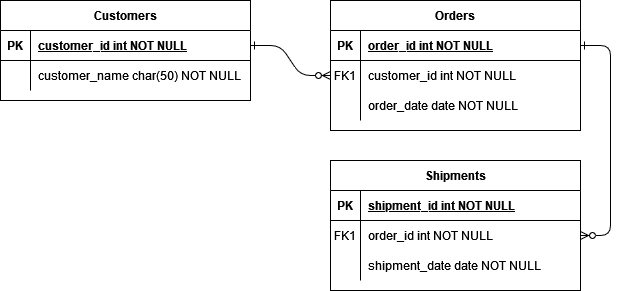
This is ERD.drawio.png from KCodin/draw.io, a draw.io export, as it was before one commit. Source tidied: cells renumbered, new cells last; positions are measured from the earlier drawing's top-left corner, leaving out a move shared by most shapes. Its diagram source:
```xml
<mxGraphModel>
  <root>
    <mxCell id="0" />
    <mxCell id="1" parent="0" />
    <mxCell id="2" style="edgeStyle=entityRelationEdgeStyle;endArrow=ERzeroToMany;startArrow=ERone;endFill=1;startFill=0;" parent="1" edge="1" source="25" target="8">
      <mxGeometry relative="1" as="geometry" />
    </mxCell>
    <mxCell id="3" style="edgeStyle=entityRelationEdgeStyle;endArrow=ERzeroToMany;startArrow=ERone;endFill=1;startFill=0;" parent="1" edge="1" source="5" target="18">
      <mxGeometry relative="1" as="geometry" />
    </mxCell>
    <mxCell id="4" value="Orders" style="shape=table;startSize=30;rowLines=0;fontStyle=1;align=center;" parent="1" vertex="1">
      <mxGeometry x="330" width="250" height="130" as="geometry" />
    </mxCell>
    <mxCell id="5" style="shape=partialRectangle;fillColor=none;points=[[0,0.5],[1,0.5]];portConstraint=eastwest;top=0;left=0;right=0;bottom=1;" parent="4" vertex="1">
      <mxGeometry y="30" width="250" height="30" as="geometry" />
    </mxCell>
    <mxCell id="6" value="PK" style="shape=partialRectangle;overflow=hidden;fillColor=none;top=0;left=0;bottom=0;right=0;fontStyle=1;" parent="5" vertex="1">
      <mxGeometry width="30" height="30" as="geometry" />
    </mxCell>
    <mxCell id="7" value="order_id int NOT NULL " style="shape=partialRectangle;overflow=hidden;fillColor=none;top=0;left=0;bottom=0;right=0;align=left;spacingLeft=6;fontStyle=5;" parent="5" vertex="1">
      <mxGeometry x="30" width="220" height="30" as="geometry" />
    </mxCell>
    <mxCell id="8" style="shape=partialRectangle;fillColor=none;points=[[0,0.5],[1,0.5]];portConstraint=eastwest;top=0;left=0;right=0;bottom=0;" parent="4" vertex="1">
      <mxGeometry y="60" width="250" height="30" as="geometry" />
    </mxCell>
    <mxCell id="9" value="FK1" style="shape=partialRectangle;overflow=hidden;fillColor=none;top=0;left=0;bottom=0;right=0;" parent="8" vertex="1">
      <mxGeometry width="30" height="30" as="geometry" />
    </mxCell>
    <mxCell id="10" value="customer_id int NOT NULL" style="shape=partialRectangle;overflow=hidden;fillColor=none;top=0;left=0;bottom=0;right=0;align=left;spacingLeft=6;" parent="8" vertex="1">
      <mxGeometry x="30" width="220" height="30" as="geometry" />
    </mxCell>
    <mxCell id="11" style="shape=partialRectangle;fillColor=none;top=0;left=0;right=0;bottom=0;" parent="4" vertex="1">
      <mxGeometry y="90" width="250" height="30" as="geometry" />
    </mxCell>
    <mxCell id="12" style="shape=partialRectangle;overflow=hidden;fillColor=none;top=0;left=0;bottom=0;right=0;" parent="11" vertex="1">
      <mxGeometry width="30" height="30" as="geometry" />
    </mxCell>
    <mxCell id="13" value="order_date date NOT NULL" style="shape=partialRectangle;overflow=hidden;fillColor=none;top=0;left=0;bottom=0;right=0;align=left;spacingLeft=6;" parent="11" vertex="1">
      <mxGeometry x="30" width="220" height="30" as="geometry" />
    </mxCell>
    <mxCell id="14" value="Shipments" style="shape=table;startSize=30;rowLines=0;fontStyle=1;align=center;" parent="1" vertex="1">
      <mxGeometry x="330" y="160" width="250" height="130" as="geometry" />
    </mxCell>
    <mxCell id="15" style="shape=partialRectangle;fillColor=none;top=0;left=0;right=0;bottom=1;" parent="14" vertex="1">
      <mxGeometry y="30" width="250" height="30" as="geometry" />
    </mxCell>
    <mxCell id="16" value="PK" style="shape=partialRectangle;overflow=hidden;fillColor=none;top=0;left=0;bottom=0;right=0;fontStyle=1;" parent="15" vertex="1">
      <mxGeometry width="30" height="30" as="geometry" />
    </mxCell>
    <mxCell id="17" value="shipment_id int NOT NULL " style="shape=partialRectangle;overflow=hidden;fillColor=none;top=0;left=0;bottom=0;right=0;align=left;spacingLeft=6;fontStyle=5;" parent="15" vertex="1">
      <mxGeometry x="30" width="220" height="30" as="geometry" />
    </mxCell>
    <mxCell id="18" style="shape=partialRectangle;fillColor=none;points=[[0,0.5],[1,0.5]];portConstraint=eastwest;top=0;left=0;right=0;bottom=0;" parent="14" vertex="1">
      <mxGeometry y="60" width="250" height="30" as="geometry" />
    </mxCell>
    <mxCell id="19" value="FK1" style="shape=partialRectangle;overflow=hidden;fillColor=none;top=0;left=0;bottom=0;right=0;" parent="18" vertex="1">
      <mxGeometry width="30" height="30" as="geometry" />
    </mxCell>
    <mxCell id="20" value="order_id int NOT NULL" style="shape=partialRectangle;overflow=hidden;fillColor=none;top=0;left=0;bottom=0;right=0;align=left;spacingLeft=6;" parent="18" vertex="1">
      <mxGeometry x="30" width="220" height="30" as="geometry" />
    </mxCell>
    <mxCell id="21" style="shape=partialRectangle;fillColor=none;points=[[0,0.5],[1,0.5]];portConstraint=eastwest;top=0;left=0;right=0;bottom=0;" parent="14" vertex="1">
      <mxGeometry y="90" width="250" height="30" as="geometry" />
    </mxCell>
    <mxCell id="22" style="shape=partialRectangle;overflow=hidden;fillColor=none;top=0;left=0;bottom=0;right=0;" parent="21" vertex="1">
      <mxGeometry width="30" height="30" as="geometry" />
    </mxCell>
    <mxCell id="23" value="shipment_date date NOT NULL" style="shape=partialRectangle;overflow=hidden;fillColor=none;top=0;left=0;bottom=0;right=0;align=left;spacingLeft=6;" parent="21" vertex="1">
      <mxGeometry x="30" width="220" height="30" as="geometry" />
    </mxCell>
    <mxCell id="24" value="Customers" style="shape=table;startSize=30;rowLines=0;fontStyle=1;align=center;" parent="1" vertex="1">
      <mxGeometry width="250" height="100" as="geometry" />
    </mxCell>
    <mxCell id="25" style="shape=partialRectangle;fillColor=none;points=[[0,0.5],[1,0.5]];portConstraint=eastwest;top=0;left=0;right=0;bottom=1;" parent="24" vertex="1">
      <mxGeometry y="30" width="250" height="30" as="geometry" />
    </mxCell>
    <mxCell id="26" value="PK" style="shape=partialRectangle;overflow=hidden;fillColor=none;top=0;left=0;bottom=0;right=0;fontStyle=1;" parent="25" vertex="1">
      <mxGeometry width="30" height="30" as="geometry" />
    </mxCell>
    <mxCell id="27" value="customer_id int NOT NULL " style="shape=partialRectangle;overflow=hidden;fillColor=none;top=0;left=0;bottom=0;right=0;align=left;spacingLeft=6;fontStyle=5;" parent="25" vertex="1">
      <mxGeometry x="30" width="220" height="30" as="geometry" />
    </mxCell>
    <mxCell id="28" style="shape=partialRectangle;fillColor=none;top=0;left=0;right=0;bottom=0;" parent="24" vertex="1">
      <mxGeometry y="60" width="250" height="30" as="geometry" />
    </mxCell>
    <mxCell id="29" style="shape=partialRectangle;overflow=hidden;fillColor=none;top=0;left=0;bottom=0;right=0;" parent="28" vertex="1">
      <mxGeometry width="30" height="30" as="geometry" />
    </mxCell>
    <mxCell id="30" value="customer_name char(50) NOT NULL" style="shape=partialRectangle;overflow=hidden;fillColor=none;top=0;left=0;bottom=0;right=0;align=left;spacingLeft=6;" parent="28" vertex="1">
      <mxGeometry x="30" width="220" height="30" as="geometry" />
    </mxCell>
  </root>
</mxGraphModel>
```
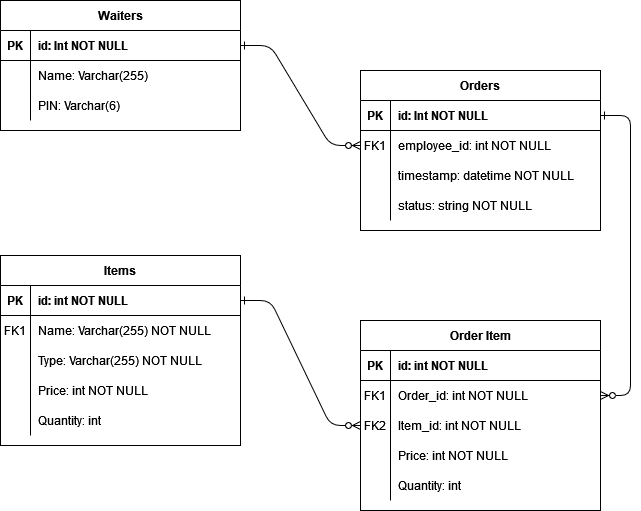
Later version of the same file.

Diff of the diagram source:
```diff
@@ -9,85 +9,172 @@
       <mxGeometry relative="1" as="geometry" />
     </mxCell>
     <mxCell id="4" value="Orders" style="shape=table;startSize=30;rowLines=0;fontStyle=1;align=center;" parent="1" vertex="1">
-      <mxGeometry x="330" width="250" height="130" as="geometry" />
+      <mxGeometry x="331" y="11" width="240" height="160" as="geometry" />
     </mxCell>
     <mxCell id="5" style="shape=partialRectangle;fillColor=none;points=[[0,0.5],[1,0.5]];portConstraint=eastwest;top=0;left=0;right=0;bottom=1;" parent="4" vertex="1">
-      <mxGeometry y="30" width="250" height="30" as="geometry" />
+      <mxGeometry y="30" width="240" height="30" as="geometry" />
     </mxCell>
     <mxCell id="6" value="PK" style="shape=partialRectangle;overflow=hidden;fillColor=none;top=0;left=0;bottom=0;right=0;fontStyle=1;" parent="5" vertex="1">
       <mxGeometry width="30" height="30" as="geometry" />
     </mxCell>
-    <mxCell id="7" value="order_id int NOT NULL " style="shape=partialRectangle;overflow=hidden;fillColor=none;top=0;left=0;bottom=0;right=0;align=left;spacingLeft=6;fontStyle=5;" parent="5" vertex="1">
-      <mxGeometry x="30" width="220" height="30" as="geometry" />
+    <mxCell id="7" value="id: Int NOT NULL" style="shape=partialRectangle;overflow=hidden;fillColor=none;top=0;left=0;bottom=0;right=0;align=left;spacingLeft=6;fontStyle=1;" parent="5" vertex="1">
+      <mxGeometry x="30" width="210" height="30" as="geometry" />
     </mxCell>
     <mxCell id="8" style="shape=partialRectangle;fillColor=none;points=[[0,0.5],[1,0.5]];portConstraint=eastwest;top=0;left=0;right=0;bottom=0;" parent="4" vertex="1">
-      <mxGeometry y="60" width="250" height="30" as="geometry" />
+      <mxGeometry y="60" width="240" height="30" as="geometry" />
     </mxCell>
     <mxCell id="9" value="FK1" style="shape=partialRectangle;overflow=hidden;fillColor=none;top=0;left=0;bottom=0;right=0;" parent="8" vertex="1">
       <mxGeometry width="30" height="30" as="geometry" />
     </mxCell>
-    <mxCell id="10" value="customer_id int NOT NULL" style="shape=partialRectangle;overflow=hidden;fillColor=none;top=0;left=0;bottom=0;right=0;align=left;spacingLeft=6;" parent="8" vertex="1">
-      <mxGeometry x="30" width="220" height="30" as="geometry" />
+    <mxCell id="10" value="employee_id: int NOT NULL" style="shape=partialRectangle;overflow=hidden;fillColor=none;top=0;left=0;bottom=0;right=0;align=left;spacingLeft=6;" parent="8" vertex="1">
+      <mxGeometry x="30" width="210" height="30" as="geometry" />
     </mxCell>
     <mxCell id="11" style="shape=partialRectangle;fillColor=none;top=0;left=0;right=0;bottom=0;" parent="4" vertex="1">
-      <mxGeometry y="90" width="250" height="30" as="geometry" />
+      <mxGeometry y="90" width="240" height="30" as="geometry" />
     </mxCell>
     <mxCell id="12" style="shape=partialRectangle;overflow=hidden;fillColor=none;top=0;left=0;bottom=0;right=0;" parent="11" vertex="1">
       <mxGeometry width="30" height="30" as="geometry" />
     </mxCell>
-    <mxCell id="13" value="order_date date NOT NULL" style="shape=partialRectangle;overflow=hidden;fillColor=none;top=0;left=0;bottom=0;right=0;align=left;spacingLeft=6;" parent="11" vertex="1">
-      <mxGeometry x="30" width="220" height="30" as="geometry" />
+    <mxCell id="13" value="timestamp: datetime NOT NULL" style="shape=partialRectangle;overflow=hidden;fillColor=none;top=0;left=0;bottom=0;right=0;align=left;spacingLeft=6;" parent="11" vertex="1">
+      <mxGeometry x="30" width="210" height="30" as="geometry" />
     </mxCell>
+    <mxCell id="31" style="shape=partialRectangle;fillColor=none;top=0;left=0;right=0;bottom=0;" parent="4" vertex="1">
+      <mxGeometry y="120" width="240" height="30" as="geometry" />
+    </mxCell>
+    <mxCell id="32" style="shape=partialRectangle;overflow=hidden;fillColor=none;top=0;left=0;bottom=0;right=0;" parent="31" vertex="1">
+      <mxGeometry width="30" height="30" as="geometry" />
+    </mxCell>
+    <mxCell id="33" value="status: string NOT NULL" style="shape=partialRectangle;overflow=hidden;fillColor=none;top=0;left=0;bottom=0;right=0;align=left;spacingLeft=6;" parent="31" vertex="1">
+      <mxGeometry x="30" width="210" height="30" as="geometry" />
+    </mxCell>
-    <mxCell id="14" value="Shipments" style="shape=table;startSize=30;rowLines=0;fontStyle=1;align=center;" parent="1" vertex="1">
-      <mxGeometry x="330" y="160" width="250" height="130" as="geometry" />
+    <mxCell id="14" value="Order Item" style="shape=table;startSize=30;rowLines=0;fontStyle=1;align=center;" parent="1" vertex="1">
+      <mxGeometry x="331" y="261" width="240" height="190" as="geometry" />
     </mxCell>
     <mxCell id="15" style="shape=partialRectangle;fillColor=none;top=0;left=0;right=0;bottom=1;" parent="14" vertex="1">
-      <mxGeometry y="30" width="250" height="30" as="geometry" />
+      <mxGeometry y="30" width="240" height="30" as="geometry" />
     </mxCell>
     <mxCell id="16" value="PK" style="shape=partialRectangle;overflow=hidden;fillColor=none;top=0;left=0;bottom=0;right=0;fontStyle=1;" parent="15" vertex="1">
       <mxGeometry width="30" height="30" as="geometry" />
     </mxCell>
-    <mxCell id="17" value="shipment_id int NOT NULL " style="shape=partialRectangle;overflow=hidden;fillColor=none;top=0;left=0;bottom=0;right=0;align=left;spacingLeft=6;fontStyle=5;" parent="15" vertex="1">
-      <mxGeometry x="30" width="220" height="30" as="geometry" />
+    <mxCell id="17" value="id: int NOT NULL " style="shape=partialRectangle;overflow=hidden;fillColor=none;top=0;left=0;bottom=0;right=0;align=left;spacingLeft=6;fontStyle=1;" parent="15" vertex="1">
+      <mxGeometry x="30" width="210" height="30" as="geometry" />
     </mxCell>
     <mxCell id="18" style="shape=partialRectangle;fillColor=none;points=[[0,0.5],[1,0.5]];portConstraint=eastwest;top=0;left=0;right=0;bottom=0;" parent="14" vertex="1">
-      <mxGeometry y="60" width="250" height="30" as="geometry" />
+      <mxGeometry y="60" width="240" height="30" as="geometry" />
     </mxCell>
     <mxCell id="19" value="FK1" style="shape=partialRectangle;overflow=hidden;fillColor=none;top=0;left=0;bottom=0;right=0;" parent="18" vertex="1">
       <mxGeometry width="30" height="30" as="geometry" />
     </mxCell>
-    <mxCell id="20" value="order_id int NOT NULL" style="shape=partialRectangle;overflow=hidden;fillColor=none;top=0;left=0;bottom=0;right=0;align=left;spacingLeft=6;" parent="18" vertex="1">
-      <mxGeometry x="30" width="220" height="30" as="geometry" />
+    <mxCell id="20" value="Order_id: int NOT NULL" style="shape=partialRectangle;overflow=hidden;fillColor=none;top=0;left=0;bottom=0;right=0;align=left;spacingLeft=6;" parent="18" vertex="1">
+      <mxGeometry x="30" width="210" height="30" as="geometry" />
     </mxCell>
     <mxCell id="21" style="shape=partialRectangle;fillColor=none;points=[[0,0.5],[1,0.5]];portConstraint=eastwest;top=0;left=0;right=0;bottom=0;" parent="14" vertex="1">
-      <mxGeometry y="90" width="250" height="30" as="geometry" />
+      <mxGeometry y="90" width="240" height="30" as="geometry" />
     </mxCell>
-    <mxCell id="22" style="shape=partialRectangle;overflow=hidden;fillColor=none;top=0;left=0;bottom=0;right=0;" parent="21" vertex="1">
+    <mxCell id="22" value="FK2" style="shape=partialRectangle;overflow=hidden;fillColor=none;top=0;left=0;bottom=0;right=0;" parent="21" vertex="1">
       <mxGeometry width="30" height="30" as="geometry" />
     </mxCell>
-    <mxCell id="23" value="shipment_date date NOT NULL" style="shape=partialRectangle;overflow=hidden;fillColor=none;top=0;left=0;bottom=0;right=0;align=left;spacingLeft=6;" parent="21" vertex="1">
-      <mxGeometry x="30" width="220" height="30" as="geometry" />
+    <mxCell id="23" value="Item_id: int NOT NULL" style="shape=partialRectangle;overflow=hidden;fillColor=none;top=0;left=0;bottom=0;right=0;align=left;spacingLeft=6;" parent="21" vertex="1">
+      <mxGeometry x="30" width="210" height="30" as="geometry" />
     </mxCell>
+    <mxCell id="34" style="shape=partialRectangle;fillColor=none;top=0;left=0;right=0;bottom=0;" parent="14" vertex="1">
+      <mxGeometry y="120" width="240" height="30" as="geometry" />
+    </mxCell>
+    <mxCell id="35" style="shape=partialRectangle;overflow=hidden;fillColor=none;top=0;left=0;bottom=0;right=0;" parent="34" vertex="1">
+      <mxGeometry width="30" height="30" as="geometry" />
+    </mxCell>
+    <mxCell id="36" value="Price: int NOT NULL" style="shape=partialRectangle;overflow=hidden;fillColor=none;top=0;left=0;bottom=0;right=0;align=left;spacingLeft=6;" parent="34" vertex="1">
+      <mxGeometry x="30" width="210" height="30" as="geometry" />
+    </mxCell>
+    <mxCell id="37" style="shape=partialRectangle;fillColor=none;top=0;left=0;right=0;bottom=0;" parent="14" vertex="1">
+      <mxGeometry y="150" width="240" height="30" as="geometry" />
+    </mxCell>
+    <mxCell id="38" style="shape=partialRectangle;overflow=hidden;fillColor=none;top=0;left=0;bottom=0;right=0;" parent="37" vertex="1">
+      <mxGeometry width="30" height="30" as="geometry" />
+    </mxCell>
+    <mxCell id="39" value="Quantity: int " style="shape=partialRectangle;overflow=hidden;fillColor=none;top=0;left=0;bottom=0;right=0;align=left;spacingLeft=6;" parent="37" vertex="1">
+      <mxGeometry x="30" width="210" height="30" as="geometry" />
+    </mxCell>
-    <mxCell id="24" value="Customers" style="shape=table;startSize=30;rowLines=0;fontStyle=1;align=center;" parent="1" vertex="1">
-      <mxGeometry width="250" height="100" as="geometry" />
+    <mxCell id="24" value="Waiters" style="shape=table;startSize=30;rowLines=0;fontStyle=1;align=center;" parent="1" vertex="1">
+      <mxGeometry x="-29" y="-59" width="240" height="130" as="geometry" />
     </mxCell>
     <mxCell id="25" style="shape=partialRectangle;fillColor=none;points=[[0,0.5],[1,0.5]];portConstraint=eastwest;top=0;left=0;right=0;bottom=1;" parent="24" vertex="1">
-      <mxGeometry y="30" width="250" height="30" as="geometry" />
+      <mxGeometry y="30" width="240" height="30" as="geometry" />
     </mxCell>
     <mxCell id="26" value="PK" style="shape=partialRectangle;overflow=hidden;fillColor=none;top=0;left=0;bottom=0;right=0;fontStyle=1;" parent="25" vertex="1">
       <mxGeometry width="30" height="30" as="geometry" />
     </mxCell>
-    <mxCell id="27" value="customer_id int NOT NULL " style="shape=partialRectangle;overflow=hidden;fillColor=none;top=0;left=0;bottom=0;right=0;align=left;spacingLeft=6;fontStyle=5;" parent="25" vertex="1">
-      <mxGeometry x="30" width="220" height="30" as="geometry" />
+    <mxCell id="27" value="id: Int NOT NULL" style="shape=partialRectangle;overflow=hidden;fillColor=none;top=0;left=0;bottom=0;right=0;align=left;spacingLeft=6;fontStyle=1;" parent="25" vertex="1">
+      <mxGeometry x="30" width="210" height="30" as="geometry" />
     </mxCell>
     <mxCell id="28" style="shape=partialRectangle;fillColor=none;top=0;left=0;right=0;bottom=0;" parent="24" vertex="1">
-      <mxGeometry y="60" width="250" height="30" as="geometry" />
+      <mxGeometry y="60" width="240" height="30" as="geometry" />
     </mxCell>
     <mxCell id="29" style="shape=partialRectangle;overflow=hidden;fillColor=none;top=0;left=0;bottom=0;right=0;" parent="28" vertex="1">
       <mxGeometry width="30" height="30" as="geometry" />
     </mxCell>
-    <mxCell id="30" value="customer_name char(50) NOT NULL" style="shape=partialRectangle;overflow=hidden;fillColor=none;top=0;left=0;bottom=0;right=0;align=left;spacingLeft=6;" parent="28" vertex="1">
-      <mxGeometry x="30" width="220" height="30" as="geometry" />
+    <mxCell id="30" value="Name: Varchar(255)" style="shape=partialRectangle;overflow=hidden;fillColor=none;top=0;left=0;bottom=0;right=0;align=left;spacingLeft=6;" parent="28" vertex="1">
+      <mxGeometry x="30" width="210" height="30" as="geometry" />
     </mxCell>
+    <mxCell id="40" style="shape=partialRectangle;fillColor=none;top=0;left=0;right=0;bottom=0;" parent="24" vertex="1">
+      <mxGeometry y="90" width="240" height="30" as="geometry" />
+    </mxCell>
+    <mxCell id="41" style="shape=partialRectangle;overflow=hidden;fillColor=none;top=0;left=0;bottom=0;right=0;" parent="40" vertex="1">
+      <mxGeometry width="30" height="30" as="geometry" />
+    </mxCell>
+    <mxCell id="42" value="PIN: Varchar(6)" style="shape=partialRectangle;overflow=hidden;fillColor=none;top=0;left=0;bottom=0;right=0;align=left;spacingLeft=6;" parent="40" vertex="1">
+      <mxGeometry x="30" width="210" height="30" as="geometry" />
+    </mxCell>
+    <mxCell id="43" value="Items" style="shape=table;startSize=30;rowLines=0;fontStyle=1;align=center;" parent="1" vertex="1">
+      <mxGeometry x="-29" y="196" width="240" height="190" as="geometry" />
+    </mxCell>
+    <mxCell id="44" style="shape=partialRectangle;fillColor=none;points=[[0,0.5],[1,0.5]];portConstraint=eastwest;top=0;left=0;right=0;bottom=1;" parent="43" vertex="1">
+      <mxGeometry y="30" width="240" height="30" as="geometry" />
+    </mxCell>
+    <mxCell id="45" value="PK" style="shape=partialRectangle;overflow=hidden;fillColor=none;top=0;left=0;bottom=0;right=0;fontStyle=1;" parent="44" vertex="1">
+      <mxGeometry width="30" height="30" as="geometry" />
+    </mxCell>
+    <mxCell id="46" value="id: int NOT NULL " style="shape=partialRectangle;overflow=hidden;fillColor=none;top=0;left=0;bottom=0;right=0;align=left;spacingLeft=6;fontStyle=1;" parent="44" vertex="1">
+      <mxGeometry x="30" width="210" height="30" as="geometry" />
+    </mxCell>
+    <mxCell id="47" style="shape=partialRectangle;fillColor=none;top=0;left=0;right=0;bottom=0;" parent="43" vertex="1">
+      <mxGeometry y="60" width="240" height="30" as="geometry" />
+    </mxCell>
+    <mxCell id="48" value="FK1" style="shape=partialRectangle;overflow=hidden;fillColor=none;top=0;left=0;bottom=0;right=0;" parent="47" vertex="1">
+      <mxGeometry width="30" height="30" as="geometry" />
+    </mxCell>
+    <mxCell id="49" value="Name: Varchar(255) NOT NULL" style="shape=partialRectangle;overflow=hidden;fillColor=none;top=0;left=0;bottom=0;right=0;align=left;spacingLeft=6;" parent="47" vertex="1">
+      <mxGeometry x="30" width="210" height="30" as="geometry" />
+    </mxCell>
+    <mxCell id="50" style="shape=partialRectangle;fillColor=none;top=0;left=0;right=0;bottom=0;" parent="43" vertex="1">
+      <mxGeometry y="90" width="240" height="30" as="geometry" />
+    </mxCell>
+    <mxCell id="51" style="shape=partialRectangle;overflow=hidden;fillColor=none;top=0;left=0;bottom=0;right=0;" parent="50" vertex="1">
+      <mxGeometry width="30" height="30" as="geometry" />
+    </mxCell>
+    <mxCell id="52" value="Type: Varchar(255) NOT NULL" style="shape=partialRectangle;overflow=hidden;fillColor=none;top=0;left=0;bottom=0;right=0;align=left;spacingLeft=6;" parent="50" vertex="1">
+      <mxGeometry x="30" width="210" height="30" as="geometry" />
+    </mxCell>
+    <mxCell id="53" style="shape=partialRectangle;fillColor=none;top=0;left=0;right=0;bottom=0;" parent="43" vertex="1">
+      <mxGeometry y="120" width="240" height="30" as="geometry" />
+    </mxCell>
+    <mxCell id="54" style="shape=partialRectangle;overflow=hidden;fillColor=none;top=0;left=0;bottom=0;right=0;" parent="53" vertex="1">
+      <mxGeometry width="30" height="30" as="geometry" />
+    </mxCell>
+    <mxCell id="55" value="Price: int NOT NULL" style="shape=partialRectangle;overflow=hidden;fillColor=none;top=0;left=0;bottom=0;right=0;align=left;spacingLeft=6;" parent="53" vertex="1">
+      <mxGeometry x="30" width="210" height="30" as="geometry" />
+    </mxCell>
+    <mxCell id="56" style="shape=partialRectangle;fillColor=none;top=0;left=0;right=0;bottom=0;" parent="43" vertex="1">
+      <mxGeometry y="150" width="240" height="30" as="geometry" />
+    </mxCell>
+    <mxCell id="57" style="shape=partialRectangle;overflow=hidden;fillColor=none;top=0;left=0;bottom=0;right=0;" parent="56" vertex="1">
+      <mxGeometry width="30" height="30" as="geometry" />
+    </mxCell>
+    <mxCell id="58" value="Quantity: int " style="shape=partialRectangle;overflow=hidden;fillColor=none;top=0;left=0;bottom=0;right=0;align=left;spacingLeft=6;" parent="56" vertex="1">
+      <mxGeometry x="30" width="210" height="30" as="geometry" />
+    </mxCell>
+    <mxCell id="59" style="edgeStyle=entityRelationEdgeStyle;endArrow=ERzeroToMany;startArrow=ERone;endFill=1;startFill=0;entryX=0;entryY=0.5;entryDx=0;entryDy=0;exitX=1;exitY=0.5;exitDx=0;exitDy=0;" parent="1" edge="1" source="44" target="21">
+      <mxGeometry relative="1" as="geometry" />
+    </mxCell>
   </root>
 </mxGraphModel>
```
